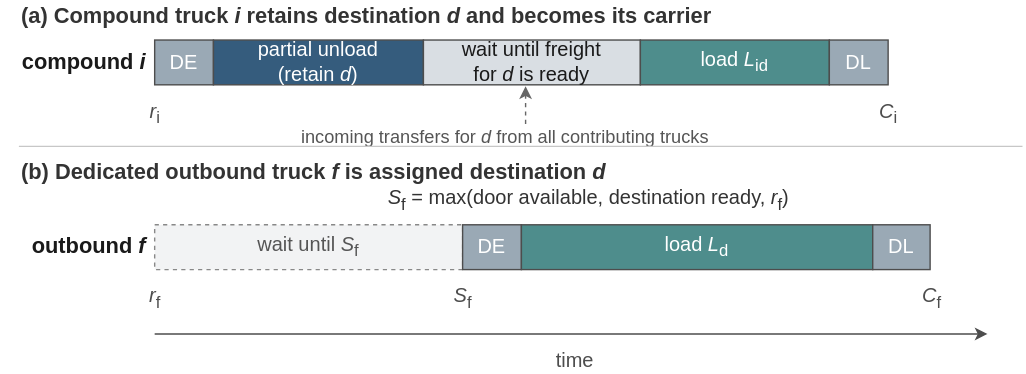
This is paper/figures/fig0_compound_timeline.drawio.svg from znxkznxk1030/VAA-GILS, a draw.io export, as it was before one commit. Source tidied: cells renumbered, new cells last; positions are measured from the earlier drawing's top-left corner, leaving out a move shared by most shapes. The source it was exported from:
```xml
<mxGraphModel>
  <root>
    <mxCell id="0" />
    <mxCell id="1" parent="0" />
    <mxCell id="2" value="(a) Compound truck &lt;i&gt;i&lt;/i&gt; retains destination &lt;i&gt;d&lt;/i&gt; and becomes its carrier" style="text;html=1;strokeColor=none;fillColor=none;align=left;verticalAlign=middle;fontSize=15.6;fontStyle=1;fontColor=#333333;fontFamily=Helvetica;" parent="1" vertex="1">
      <mxGeometry x="13" width="610" height="22" as="geometry" />
    </mxCell>
    <mxCell id="3" value="compound &lt;i&gt;i&lt;/i&gt;" style="text;html=1;strokeColor=none;fillColor=none;align=right;verticalAlign=middle;fontSize=15.6;fontStyle=1;fontColor=#1A1A1A;fontFamily=Helvetica;" parent="1" vertex="1">
      <mxGeometry y="28" width="105" height="32" as="geometry" />
    </mxCell>
    <mxCell id="4" value="DE" style="rounded=0;whiteSpace=wrap;html=1;fillColor=#9AA9B5;strokeColor=#4D4D4D;fontColor=#FFFFFF;fontSize=14.3;fontFamily=Helvetica;" parent="1" vertex="1">
      <mxGeometry x="110" y="28" width="42" height="32" as="geometry" />
    </mxCell>
    <mxCell id="5" value="partial unload&lt;br&gt;(retain &lt;i&gt;d&lt;/i&gt;)" style="rounded=0;whiteSpace=wrap;html=1;fillColor=#355C7D;strokeColor=#4D4D4D;fontColor=#FFFFFF;fontSize=14.3;fontFamily=Helvetica;" parent="1" vertex="1">
      <mxGeometry x="152" y="28" width="150" height="32" as="geometry" />
    </mxCell>
    <mxCell id="6" value="wait until freight&lt;br&gt;for &lt;i&gt;d&lt;/i&gt; is ready" style="rounded=0;whiteSpace=wrap;html=1;fillColor=#D9DEE3;strokeColor=#4D4D4D;fontColor=#1A1A1A;fontSize=14.3;fontFamily=Helvetica;" parent="1" vertex="1">
      <mxGeometry x="302" y="28" width="155" height="32" as="geometry" />
    </mxCell>
    <mxCell id="7" value="load &lt;i&gt;L&lt;/i&gt;&lt;sub&gt;id&lt;/sub&gt;" style="rounded=0;whiteSpace=wrap;html=1;fillColor=#4E8D8C;strokeColor=#4D4D4D;fontColor=#FFFFFF;fontSize=14.3;fontFamily=Helvetica;" parent="1" vertex="1">
      <mxGeometry x="457" y="28" width="135" height="32" as="geometry" />
    </mxCell>
    <mxCell id="8" value="DL" style="rounded=0;whiteSpace=wrap;html=1;fillColor=#9AA9B5;strokeColor=#4D4D4D;fontColor=#FFFFFF;fontSize=14.3;fontFamily=Helvetica;" parent="1" vertex="1">
      <mxGeometry x="592" y="28" width="42" height="32" as="geometry" />
    </mxCell>
    <mxCell id="9" value="&lt;i&gt;r&lt;/i&gt;&lt;sub&gt;i&lt;/sub&gt;" style="text;html=1;strokeColor=none;fillColor=none;align=center;verticalAlign=top;fontSize=14.3;fontColor=#4D4D4D;fontFamily=Helvetica;" parent="1" vertex="1">
      <mxGeometry x="86" y="64" width="48" height="18" as="geometry" />
    </mxCell>
    <mxCell id="10" value="&lt;i&gt;C&lt;/i&gt;&lt;sub&gt;i&lt;/sub&gt;" style="text;html=1;strokeColor=none;fillColor=none;align=center;verticalAlign=top;fontSize=14.3;fontColor=#4D4D4D;fontFamily=Helvetica;" parent="1" vertex="1">
      <mxGeometry x="610" y="64" width="48" height="18" as="geometry" />
    </mxCell>
    <mxCell id="11" value="incoming transfers for &lt;i&gt;d&lt;/i&gt; from all contributing trucks" style="text;html=1;strokeColor=none;fillColor=none;align=left;verticalAlign=middle;fontSize=13.0;fontColor=#555555;fontFamily=Helvetica;" parent="1" vertex="1">
      <mxGeometry x="213" y="88" width="410" height="18" as="geometry" />
    </mxCell>
    <mxCell id="12" style="endArrow=classic;endSize=6;html=1;strokeColor=#666666;strokeWidth=1;dashed=1;dashPattern=3 3;" parent="1" edge="1">
      <mxGeometry relative="1" as="geometry">
        <mxPoint x="375" y="88" as="sourcePoint" />
        <mxPoint x="375" y="61" as="targetPoint" />
      </mxGeometry>
    </mxCell>
    <mxCell id="13" style="endArrow=none;html=1;strokeColor=#C7C7C7;strokeWidth=1;" parent="1" edge="1">
      <mxGeometry relative="1" as="geometry">
        <mxPoint x="13" y="104" as="sourcePoint" />
        <mxPoint x="730" y="104" as="targetPoint" />
      </mxGeometry>
    </mxCell>
    <mxCell id="14" value="(b) Dedicated outbound truck &lt;i&gt;f&lt;/i&gt; is assigned destination &lt;i&gt;d&lt;/i&gt;" style="text;html=1;strokeColor=none;fillColor=none;align=left;verticalAlign=middle;fontSize=15.6;fontStyle=1;fontColor=#333333;fontFamily=Helvetica;" parent="1" vertex="1">
      <mxGeometry x="13" y="112" width="520" height="22" as="geometry" />
    </mxCell>
    <mxCell id="15" value="&lt;i&gt;S&lt;/i&gt;&lt;sub&gt;f&lt;/sub&gt; = max(door available, destination ready, &lt;i&gt;r&lt;/i&gt;&lt;sub&gt;f&lt;/sub&gt;)" style="text;html=1;strokeColor=none;fillColor=none;align=left;verticalAlign=middle;fontSize=14.3;fontColor=#333333;fontFamily=Helvetica;" parent="1" vertex="1">
      <mxGeometry x="275" y="134" width="440" height="18" as="geometry" />
    </mxCell>
    <mxCell id="16" value="outbound &lt;i&gt;f&lt;/i&gt;" style="text;html=1;strokeColor=none;fillColor=none;align=right;verticalAlign=middle;fontSize=15.6;fontStyle=1;fontColor=#1A1A1A;fontFamily=Helvetica;" parent="1" vertex="1">
      <mxGeometry y="160" width="105" height="32" as="geometry" />
    </mxCell>
    <mxCell id="17" value="wait until &lt;i&gt;S&lt;/i&gt;&lt;sub&gt;f&lt;/sub&gt;" style="rounded=0;whiteSpace=wrap;html=1;fillColor=#F2F3F4;strokeColor=#888888;dashed=1;fontColor=#555555;fontSize=14.3;fontFamily=Helvetica;" parent="1" vertex="1">
      <mxGeometry x="110" y="160" width="220" height="32" as="geometry" />
    </mxCell>
    <mxCell id="18" value="DE" style="rounded=0;whiteSpace=wrap;html=1;fillColor=#9AA9B5;strokeColor=#4D4D4D;fontColor=#FFFFFF;fontSize=14.3;fontFamily=Helvetica;" parent="1" vertex="1">
      <mxGeometry x="330" y="160" width="42" height="32" as="geometry" />
    </mxCell>
    <mxCell id="19" value="load &lt;i&gt;L&lt;/i&gt;&lt;sub&gt;d&lt;/sub&gt;" style="rounded=0;whiteSpace=wrap;html=1;fillColor=#4E8D8C;strokeColor=#4D4D4D;fontColor=#FFFFFF;fontSize=14.3;fontFamily=Helvetica;" parent="1" vertex="1">
      <mxGeometry x="372" y="160" width="251" height="32" as="geometry" />
    </mxCell>
    <mxCell id="20" value="DL" style="rounded=0;whiteSpace=wrap;html=1;fillColor=#9AA9B5;strokeColor=#4D4D4D;fontColor=#FFFFFF;fontSize=14.3;fontFamily=Helvetica;" parent="1" vertex="1">
      <mxGeometry x="623" y="160" width="41" height="32" as="geometry" />
    </mxCell>
    <mxCell id="21" value="&lt;i&gt;r&lt;/i&gt;&lt;sub&gt;f&lt;/sub&gt;" style="text;html=1;strokeColor=none;fillColor=none;align=center;verticalAlign=top;fontSize=14.3;fontColor=#4D4D4D;fontFamily=Helvetica;" parent="1" vertex="1">
      <mxGeometry x="86" y="196" width="48" height="18" as="geometry" />
    </mxCell>
    <mxCell id="22" value="&lt;i&gt;S&lt;/i&gt;&lt;sub&gt;f&lt;/sub&gt;" style="text;html=1;strokeColor=none;fillColor=none;align=center;verticalAlign=top;fontSize=14.3;fontColor=#4D4D4D;fontFamily=Helvetica;" parent="1" vertex="1">
      <mxGeometry x="306" y="196" width="48" height="18" as="geometry" />
    </mxCell>
    <mxCell id="23" value="&lt;i&gt;C&lt;/i&gt;&lt;sub&gt;f&lt;/sub&gt;" style="text;html=1;strokeColor=none;fillColor=none;align=center;verticalAlign=top;fontSize=14.3;fontColor=#4D4D4D;fontFamily=Helvetica;" parent="1" vertex="1">
      <mxGeometry x="641" y="196" width="48" height="18" as="geometry" />
    </mxCell>
    <mxCell id="24" style="endArrow=classic;endSize=6;html=1;strokeColor=#4D4D4D;strokeWidth=1;" parent="1" edge="1">
      <mxGeometry relative="1" as="geometry">
        <mxPoint x="110" y="238" as="sourcePoint" />
        <mxPoint x="705" y="238" as="targetPoint" />
      </mxGeometry>
    </mxCell>
    <mxCell id="25" value="time" style="text;html=1;strokeColor=none;fillColor=none;align=center;verticalAlign=top;fontSize=14.3;fontColor=#4D4D4D;fontFamily=Helvetica;" parent="1" vertex="1">
      <mxGeometry x="380" y="242" width="60" height="18" as="geometry" />
    </mxCell>
  </root>
</mxGraphModel>
```
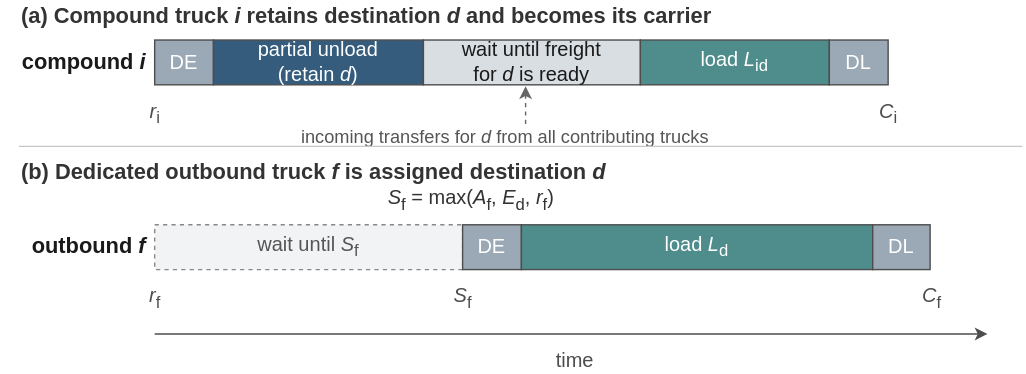
The same diagram one commit later.

Change to the diagram source:
```diff
@@ -47,7 +47,7 @@
     <mxCell id="14" value="(b) Dedicated outbound truck &lt;i&gt;f&lt;/i&gt; is assigned destination &lt;i&gt;d&lt;/i&gt;" style="text;html=1;strokeColor=none;fillColor=none;align=left;verticalAlign=middle;fontSize=15.6;fontStyle=1;fontColor=#333333;fontFamily=Helvetica;" parent="1" vertex="1">
       <mxGeometry x="13" y="112" width="520" height="22" as="geometry" />
     </mxCell>
-    <mxCell id="15" value="&lt;i&gt;S&lt;/i&gt;&lt;sub&gt;f&lt;/sub&gt; = max(door available, destination ready, &lt;i&gt;r&lt;/i&gt;&lt;sub&gt;f&lt;/sub&gt;)" style="text;html=1;strokeColor=none;fillColor=none;align=left;verticalAlign=middle;fontSize=14.3;fontColor=#333333;fontFamily=Helvetica;" parent="1" vertex="1">
+    <mxCell id="15" value="&lt;i&gt;S&lt;/i&gt;&lt;sub&gt;f&lt;/sub&gt; = max(&lt;i&gt;A&lt;/i&gt;&lt;sub&gt;f&lt;/sub&gt;, &lt;i&gt;E&lt;/i&gt;&lt;sub&gt;d&lt;/sub&gt;, &lt;i&gt;r&lt;/i&gt;&lt;sub&gt;f&lt;/sub&gt;)" style="text;html=1;strokeColor=none;fillColor=none;align=left;verticalAlign=middle;fontSize=14.3;fontColor=#333333;fontFamily=Helvetica;" parent="1" vertex="1">
       <mxGeometry x="275" y="134" width="440" height="18" as="geometry" />
     </mxCell>
     <mxCell id="16" value="outbound &lt;i&gt;f&lt;/i&gt;" style="text;html=1;strokeColor=none;fillColor=none;align=right;verticalAlign=middle;fontSize=15.6;fontStyle=1;fontColor=#1A1A1A;fontFamily=Helvetica;" parent="1" vertex="1">
```
